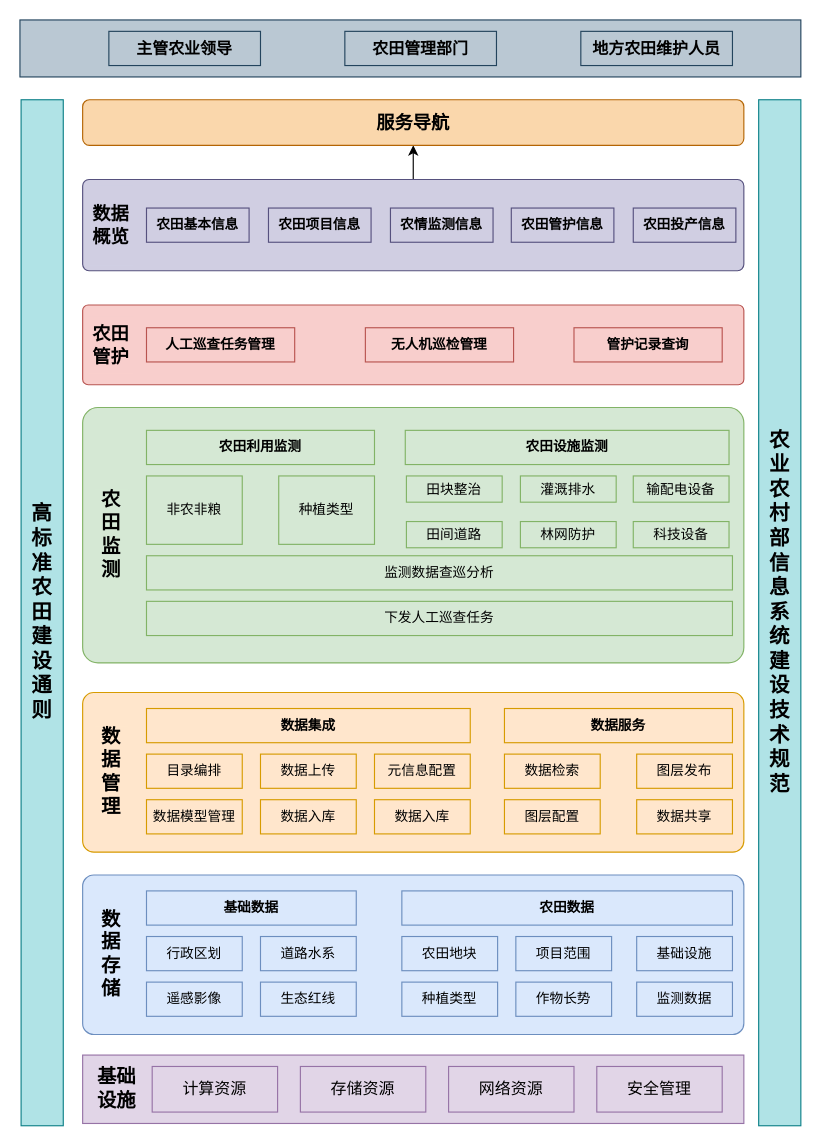
GISering/diagram keeps this draw.io diagram as 陕西项目.drawio. Above is the earlier version. Source tidied: cells renumbered, new cells numbered last; positions are measured from the earlier drawing's top-left corner, leaving out a move shared by most shapes. Both pictures are drawn from the tidied source at 114%, with x=0, y=0 at pixel (19, 19).
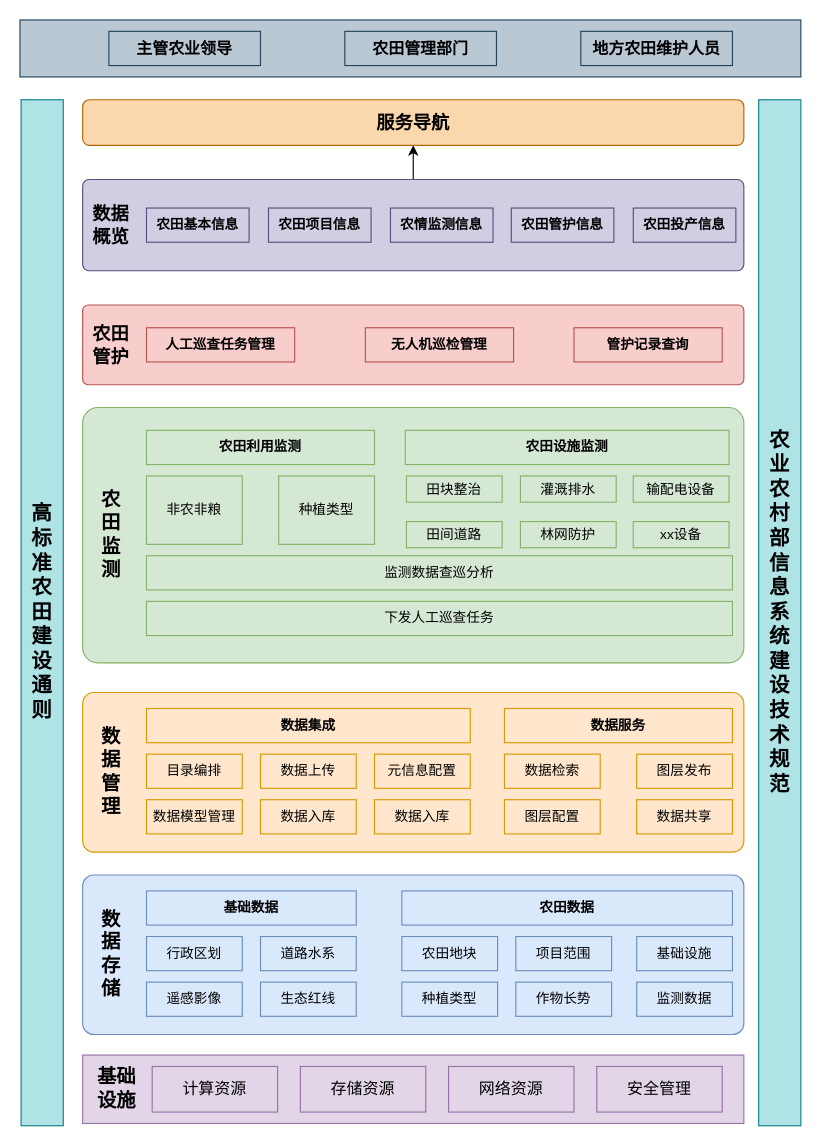
The same diagram, later.

Commit message:
更新陕西项目.drawio

Change to the diagram source:
```diff
@@
-    <mxCell id="53" value="科技设备" style="rounded=0;whiteSpace=wrap;html=1;fillColor=#d5e8d4;strokeColor=#82b366;" parent="1" vertex="1">
+    <mxCell id="53" value="xx设备" style="rounded=0;whiteSpace=wrap;html=1;fillColor=#d5e8d4;strokeColor=#82b366;" parent="1" vertex="1">
       <mxGeometry x="538" y="440" width="84" height="23" as="geometry" />
     </mxCell>
```
